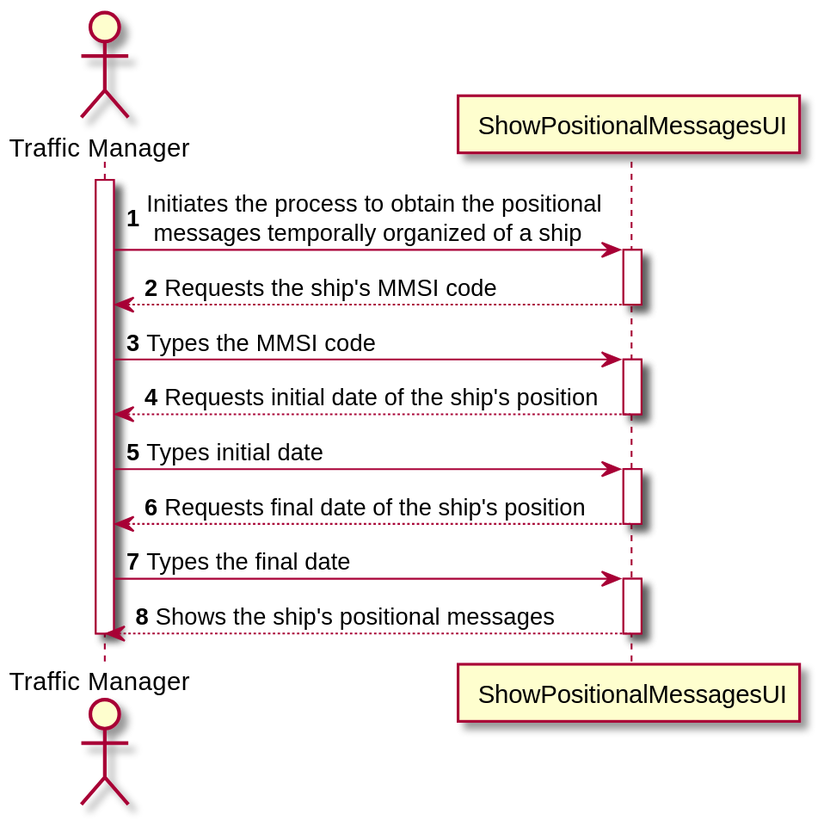
Earlier version of the PlantUML export docs/US103/US103_SD.svg (0franciscor/lapr3-2021-g042).
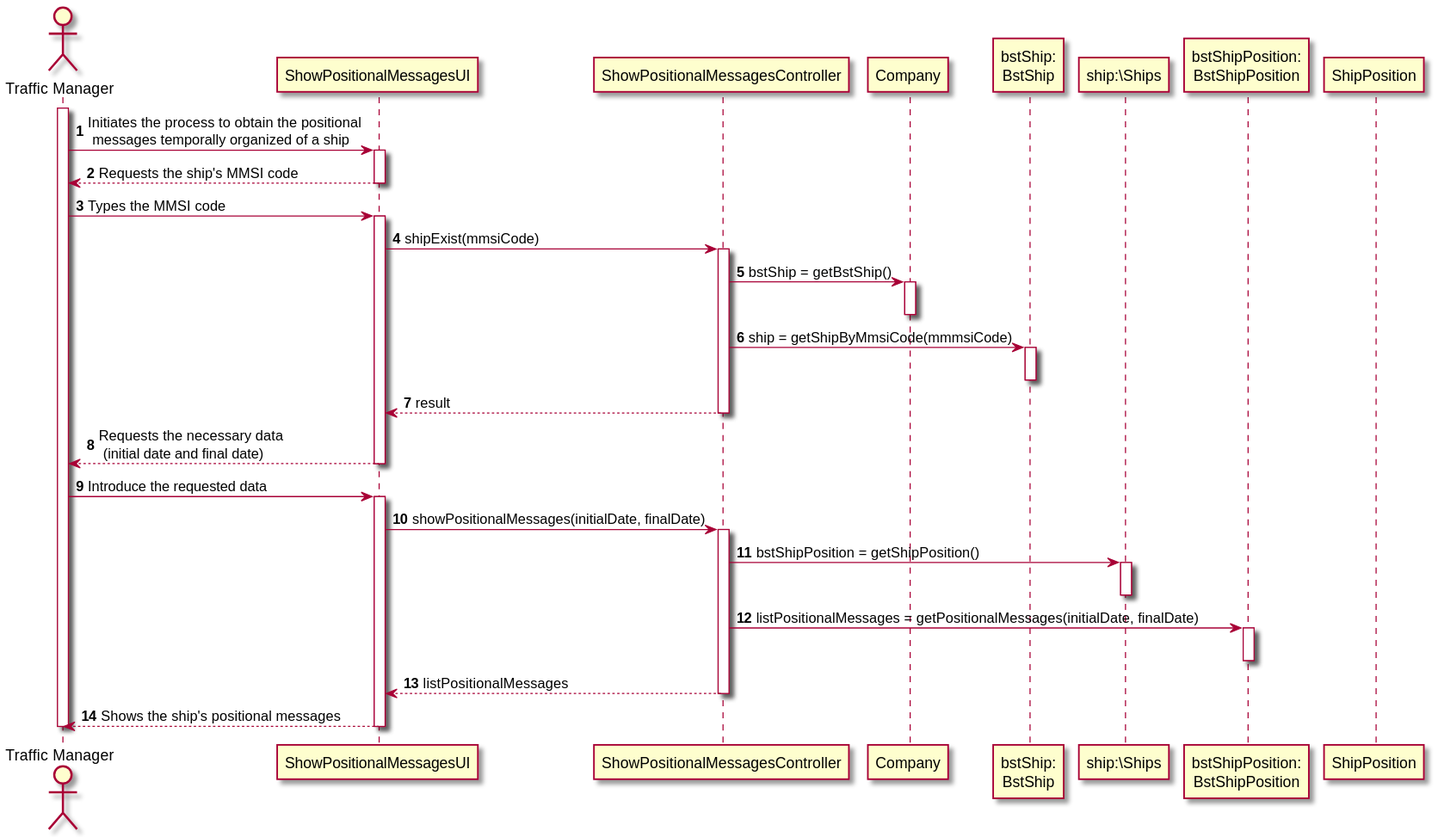
Above is the later version.

Change to the diagram source:
```diff
@@ -3,26 +3,48 @@
 autonumber
 actor "Traffic Manager" as TM
 
-participant  " ShowPositionalMessagesUI" as UI
+participant "ShowPositionalMessagesUI" as UI
+participant "ShowPositionalMessagesController" as CTRL
+participant "Company" as COMP
+participant "bstShip:\nBstShip" as BstShip
+participant "ship:\Ships" as S
+participant "bstShipPosition:\nBstShipPosition" as BstPosition
+participant "ShipPosition" as SP
 
 
 activate TM
-TM -> "UI" : Initiates the process to obtain the positional\n messages temporally organized of a ship
-activate "UI"
-"UI" --> TM : Requests the ship's MMSI code
-deactivate "UI"
-TM -> "UI" : Types the MMSI code
-activate "UI"
-"UI" --> TM : Requests initial date of the ship's position
-deactivate "UI"
-TM -> "UI" : Types initial date
-activate "UI"
-"UI" --> TM : Requests final date of the ship's position
-deactivate "UI"
-TM -> "UI" : Types the final date
-activate "UI"
-"UI" --> TM : Shows the ship's positional messages
-deactivate "UI"
+TM -> UI : Initiates the process to obtain the positional\n messages temporally organized of a ship
+activate UI
+UI --> TM : Requests the ship's MMSI code
+deactivate UI
+TM -> UI : Types the MMSI code
+activate UI
+UI-> CTRL: shipExist(mmsiCode)
+activate CTRL
+CTRL -> COMP : bstShip = getBstShip()
+activate COMP
+deactivate COMP
+CTRL -> BstShip : ship = getShipByMmsiCode(mmmsiCode)
+activate BstShip
+deactivate BstShip
+CTRL --> UI : result
+deactivate CTRL
+UI --> TM : Requests the necessary data \n (initial date and final date)
+deactivate UI
+TM -> UI : Introduce the requested data
+activate UI
+UI -> CTRL: showPositionalMessages(initialDate, finalDate)
+activate CTRL
+CTRL -> S : bstShipPosition = getShipPosition()
+activate S
+deactivate S
+CTRL -> BstPosition : listPositionalMessages = getPositionalMessages(initialDate, finalDate)
+activate BstPosition
+deactivate BstPosition
+CTRL --> UI: listPositionalMessages
+deactivate CTRL
+UI --> TM : Shows the ship's positional messages
+deactivate UI
 
 deactivate TM
 
```
